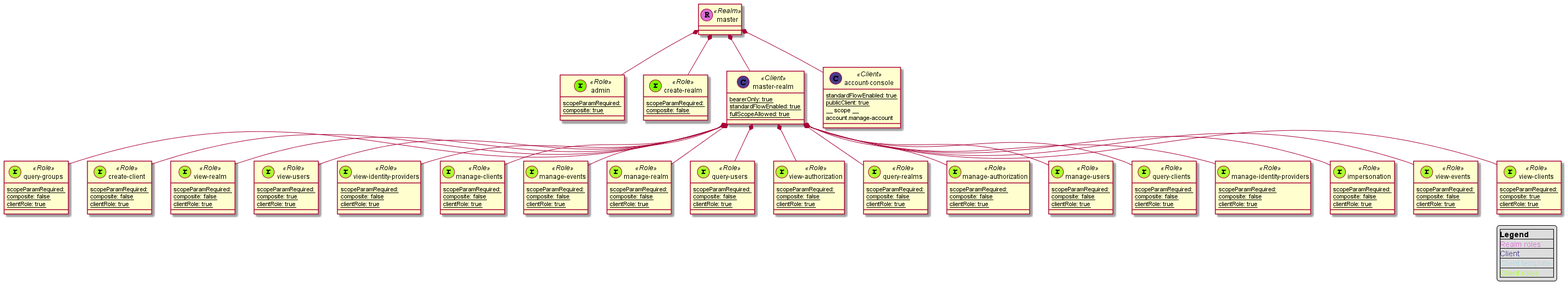
Earlier version of the PlantUML export example/master.png (malys/krepresentation).
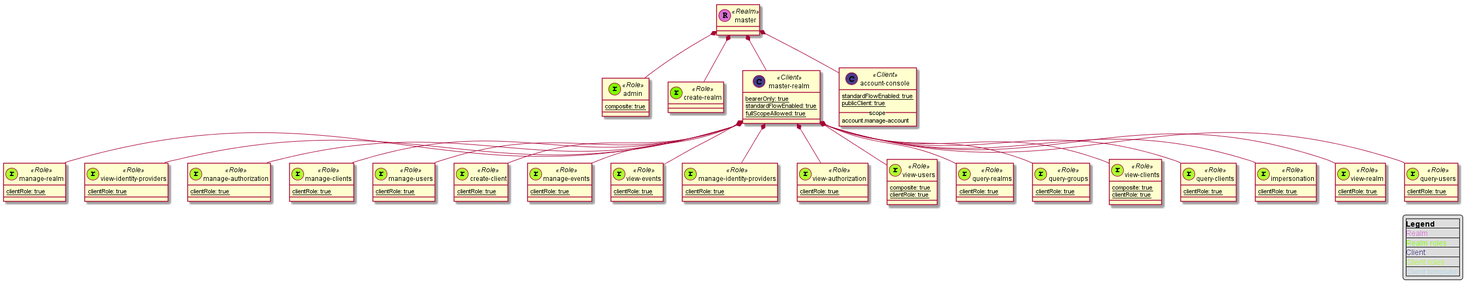
Later version of the same file.

Commit message:
support plantuml export

The edit, as a diff of the source:
```diff
@@ -2,141 +2,105 @@
 class master << (R,orchid) Realm >> {
 }
 class "admin" << (r,Chartreuse) Role >> {
-    {static} scopeParamRequired:
-    {static} composite: true
+{static} composite: true
 }
 "master" *-- "admin"
 class "create-realm" << (r,Chartreuse) Role >> {
-    {static} scopeParamRequired:
-    {static} composite: false
 }
 "master" *-- "create-realm"
+class "manage-realm" << (r,GreenYellow) Role >> {
+{static} clientRole: true
+}
+"master-realm" *-- "manage-realm"
+class "view-identity-providers" << (r,GreenYellow) Role >> {
+{static} clientRole: true
+}
+"master-realm" *-- "view-identity-providers"
+class "manage-authorization" << (r,GreenYellow) Role >> {
+{static} clientRole: true
+}
+"master-realm" *-- "manage-authorization"
+class "manage-clients" << (r,GreenYellow) Role >> {
+{static} clientRole: true
+}
+"master-realm" *-- "manage-clients"
+class "manage-users" << (r,GreenYellow) Role >> {
+{static} clientRole: true
+}
+"master-realm" *-- "manage-users"
+class "create-client" << (r,GreenYellow) Role >> {
+{static} clientRole: true
+}
+"master-realm" *-- "create-client"
+class "manage-events" << (r,GreenYellow) Role >> {
+{static} clientRole: true
+}
+"master-realm" *-- "manage-events"
+class "view-events" << (r,GreenYellow) Role >> {
+{static} clientRole: true
+}
+"master-realm" *-- "view-events"
+class "manage-identity-providers" << (r,GreenYellow) Role >> {
+{static} clientRole: true
+}
+"master-realm" *-- "manage-identity-providers"
+class "view-authorization" << (r,GreenYellow) Role >> {
+{static} clientRole: true
+}
+"master-realm" *-- "view-authorization"
+class "view-users" << (r,GreenYellow) Role >> {
+{static} composite: true
+{static} clientRole: true
+}
+"master-realm" *-- "view-users"
+class "query-realms" << (r,GreenYellow) Role >> {
+{static} clientRole: true
+}
+"master-realm" *-- "query-realms"
 class "query-groups" << (r,GreenYellow) Role >> {
-    {static} scopeParamRequired:
-    {static} composite: false
-    {static} clientRole: true
+{static} clientRole: true
 }
 "master-realm" *-- "query-groups"
-class "create-client" << (r,GreenYellow) Role >> {
-    {static} scopeParamRequired:
-    {static} composite: false
-    {static} clientRole: true
+class "view-clients" << (r,GreenYellow) Role >> {
+{static} composite: true
+{static} clientRole: true
 }
-"master-realm" *-- "create-client"
+"master-realm" *-- "view-clients"
+class "query-clients" << (r,GreenYellow) Role >> {
+{static} clientRole: true
+}
+"master-realm" *-- "query-clients"
+class "impersonation" << (r,GreenYellow) Role >> {
+{static} clientRole: true
+}
+"master-realm" *-- "impersonation"
 class "view-realm" << (r,GreenYellow) Role >> {
-    {static} scopeParamRequired:
-    {static} composite: false
-    {static} clientRole: true
+{static} clientRole: true
 }
 "master-realm" *-- "view-realm"
-class "view-users" << (r,GreenYellow) Role >> {
-    {static} scopeParamRequired:
-    {static} composite: true
-    {static} clientRole: true
-}
-"master-realm" *-- "view-users"
-class "view-identity-providers" << (r,GreenYellow) Role >> {
-    {static} scopeParamRequired:
-    {static} composite: false
-    {static} clientRole: true
-}
-"master-realm" *-- "view-identity-providers"
-class "manage-clients" << (r,GreenYellow) Role >> {
-    {static} scopeParamRequired:
-    {static} composite: false
-    {static} clientRole: true
-}
-"master-realm" *-- "manage-clients"
-class "manage-events" << (r,GreenYellow) Role >> {
-    {static} scopeParamRequired:
-    {static} composite: false
-    {static} clientRole: true
-}
-"master-realm" *-- "manage-events"
-class "manage-realm" << (r,GreenYellow) Role >> {
-    {static} scopeParamRequired:
-    {static} composite: false
-    {static} clientRole: true
-}
-"master-realm" *-- "manage-realm"
 class "query-users" << (r,GreenYellow) Role >> {
-    {static} scopeParamRequired:
-    {static} composite: false
-    {static} clientRole: true
+{static} clientRole: true
 }
 "master-realm" *-- "query-users"
-class "view-authorization" << (r,GreenYellow) Role >> {
-    {static} scopeParamRequired:
-    {static} composite: false
-    {static} clientRole: true
-}
-"master-realm" *-- "view-authorization"
-class "query-realms" << (r,GreenYellow) Role >> {
-    {static} scopeParamRequired:
-    {static} composite: false
-    {static} clientRole: true
-}
-"master-realm" *-- "query-realms"
-class "manage-authorization" << (r,GreenYellow) Role >> {
-    {static} scopeParamRequired:
-    {static} composite: false
-    {static} clientRole: true
-}
-"master-realm" *-- "manage-authorization"
-class "manage-users" << (r,GreenYellow) Role >> {
-    {static} scopeParamRequired:
-    {static} composite: false
-    {static} clientRole: true
-}
-"master-realm" *-- "manage-users"
-class "query-clients" << (r,GreenYellow) Role >> {
-    {static} scopeParamRequired:
-    {static} composite: false
-    {static} clientRole: true
-}
-"master-realm" *-- "query-clients"
-class "manage-identity-providers" << (r,GreenYellow) Role >> {
-    {static} scopeParamRequired:
-    {static} composite: false
-    {static} clientRole: true
-}
-"master-realm" *-- "manage-identity-providers"
-class "impersonation" << (r,GreenYellow) Role >> {
-    {static} scopeParamRequired:
-    {static} composite: false
-    {static} clientRole: true
-}
-"master-realm" *-- "impersonation"
-class "view-events" << (r,GreenYellow) Role >> {
-    {static} scopeParamRequired:
-    {static} composite: false
-    {static} clientRole: true
-}
-"master-realm" *-- "view-events"
-class "view-clients" << (r,GreenYellow) Role >> {
-    {static} scopeParamRequired:
-    {static} composite: true
-    {static} clientRole: true
-}
-"master-realm" *-- "view-clients"
 class "account-console" << (C,DarkSlateBlue) Client >> {
-     {static} standardFlowEnabled: true
-     {static} publicClient: true
-        __ scope __
-        account.manage-account
+{static} standardFlowEnabled: true
+{static} publicClient: true
+__ scope __
+account.manage-account
 }
 "master" *-- "account-console"
 class "master-realm" << (C,DarkSlateBlue) Client >> {
-     {static} bearerOnly: true
-     {static} standardFlowEnabled: true
-     {static} fullScopeAllowed: true
+{static} bearerOnly: true
+{static} standardFlowEnabled: true
+{static} fullScopeAllowed: true
 }
 "master" *-- "master-realm"
 legend right
 |<color:#black>**Legend**</color> |
-|<color:#orchid>Realm roles </color>|
+|<color:#orchid>Realm </color>|
+|<color:#Chartreuse>Realm roles </color>|
 |<color:#DarkSlateBlue>Client</color>|
+|<color:#GreenYellow>Client roles </color>|
 |<color:#LightBlue>Client template </color>|
-|<color:#GreenYellow>Client roles </color>|
 endlegend
 @enduml
```
